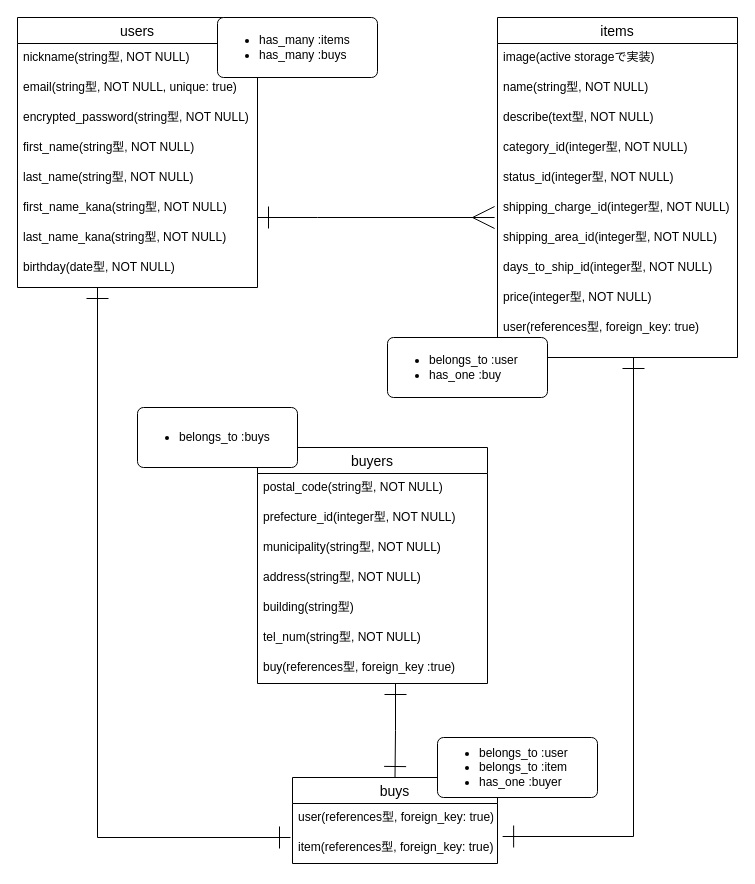
This is furima_er.dio from ironkazutoyo/furima-34405, a draw.io file, before an edit. Source tidied: cells renumbered, new cells numbered last; positions are measured from the earlier drawing's top-left corner, leaving out a move shared by most shapes. Both pictures are drawn from the tidied source at 100%, with x=0, y=0 at pixel (17, 17).
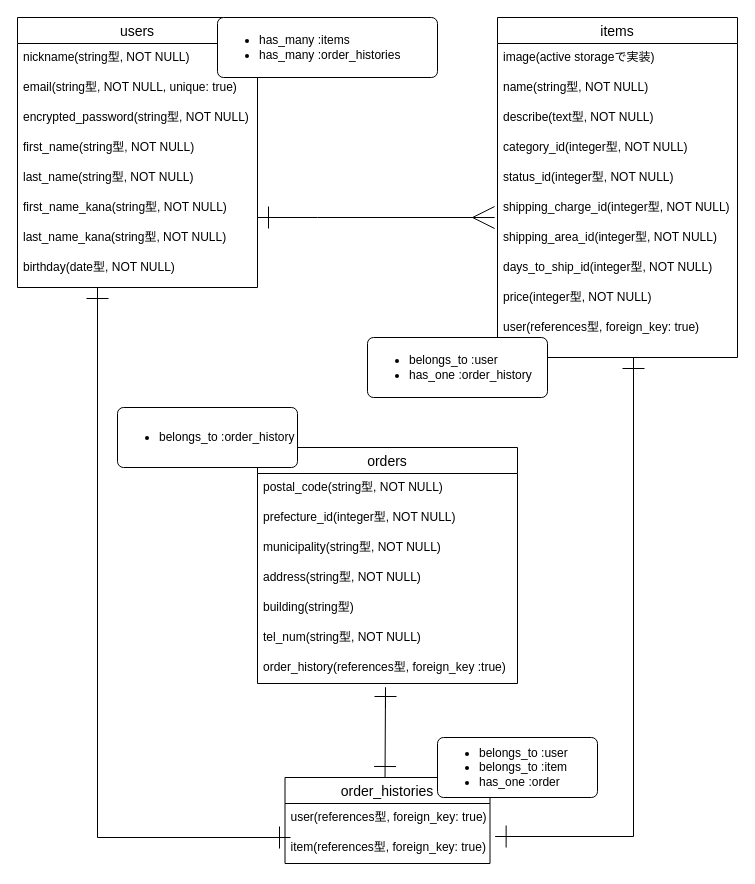
Above is the later version.

Commit message (it also covers changes not shown here):
テーブル名・カラム名をわかりやすい名前に変更

Change to the diagram source:
```diff
@@
-    <mxCell id="22" style="edgeStyle=orthogonalEdgeStyle;rounded=0;jettySize=auto;html=1;startArrow=ERone;startFill=0;startSize=20;endArrow=ERone;endFill=0;endSize=20;exitX=0.6;exitY=1;exitDx=0;exitDy=0;exitPerimeter=0;" parent="1" edge="1" source="30" target="37">
-      <mxGeometry relative="1" as="geometry" />
+    <mxCell id="22" style="edgeStyle=orthogonalEdgeStyle;rounded=0;jettySize=auto;html=1;startArrow=ERone;startFill=0;startSize=20;endArrow=ERone;endFill=0;endSize=20;entryX=0.488;entryY=0;entryDx=0;entryDy=0;entryPerimeter=0;" parent="1" edge="1" target="37">
+      <mxGeometry relative="1" as="geometry">
+        <mxPoint x="368" y="690" as="sourcePoint" />
+        <Array as="points">
+          <mxPoint x="368" y="670" />
+        </Array>
+      </mxGeometry>
     </mxCell>
-    <mxCell id="23" value="buyers" style="swimlane;fontStyle=0;horizontal=1;startSize=26;align=center;fontSize=14;" parent="1" vertex="1">
-      <mxGeometry x="240" y="430" width="230" height="236" as="geometry" />
+    <mxCell id="23" value="orders" style="swimlane;fontStyle=0;horizontal=1;startSize=26;align=center;fontSize=14;" parent="1" vertex="1">
+      <mxGeometry x="240" y="430" width="260" height="236" as="geometry" />
     </mxCell>
     <mxCell id="24" value="postal_code(string型, NOT NULL)" style="text;strokeColor=none;fillColor=none;spacingLeft=4;spacingRight=4;overflow=hidden;fontSize=12;" parent="23" vertex="1">
-      <mxGeometry y="26" width="230" height="30" as="geometry" />
+      <mxGeometry y="26" width="260" height="30" as="geometry" />
     </mxCell>
     <mxCell id="25" value="prefecture_id(integer型, NOT NULL)" style="text;strokeColor=none;fillColor=none;spacingLeft=4;spacingRight=4;overflow=hidden;fontSize=12;" parent="23" vertex="1">
-      <mxGeometry y="56" width="230" height="30" as="geometry" />
+      <mxGeometry y="56" width="260" height="30" as="geometry" />
     </mxCell>
     <mxCell id="26" value="municipality(string型, NOT NULL)" style="text;strokeColor=none;fillColor=none;spacingLeft=4;spacingRight=4;overflow=hidden;fontSize=12;" parent="23" vertex="1">
-      <mxGeometry y="86" width="230" height="30" as="geometry" />
+      <mxGeometry y="86" width="260" height="30" as="geometry" />
     </mxCell>
     <mxCell id="27" value="address(string型, NOT NULL)" style="text;strokeColor=none;fillColor=none;spacingLeft=4;spacingRight=4;overflow=hidden;fontSize=12;" parent="23" vertex="1">
-      <mxGeometry y="116" width="230" height="30" as="geometry" />
+      <mxGeometry y="116" width="260" height="30" as="geometry" />
     </mxCell>
     <mxCell id="28" value="building(string型)" style="text;strokeColor=none;fillColor=none;spacingLeft=4;spacingRight=4;overflow=hidden;fontSize=12;" parent="23" vertex="1">
-      <mxGeometry y="146" width="230" height="30" as="geometry" />
+      <mxGeometry y="146" width="260" height="30" as="geometry" />
     </mxCell>
     <mxCell id="29" value="tel_num(string型, NOT NULL)" style="text;strokeColor=none;fillColor=none;spacingLeft=4;spacingRight=4;overflow=hidden;fontSize=12;" parent="23" vertex="1">
-      <mxGeometry y="176" width="230" height="30" as="geometry" />
+      <mxGeometry y="176" width="260" height="30" as="geometry" />
     </mxCell>
-    <mxCell id="30" value="buy(references型, foreign_key :true)" style="text;strokeColor=none;fillColor=none;spacingLeft=4;spacingRight=4;overflow=hidden;points=[[0,0.5],[1,0.5]];portConstraint=eastwest;fontSize=12;" parent="23" vertex="1">
-      <mxGeometry y="206" width="230" height="30" as="geometry" />
+    <mxCell id="30" value="order_history(references型, foreign_key :true)" style="text;strokeColor=none;fillColor=none;spacingLeft=4;spacingRight=4;overflow=hidden;points=[[0,0.5],[1,0.5]];portConstraint=eastwest;fontSize=12;" parent="23" vertex="1">
+      <mxGeometry y="206" width="260" height="30" as="geometry" />
     </mxCell>
@@
-    <mxCell id="34" value="&lt;ul&gt;&lt;li&gt;has_many :items&lt;/li&gt;&lt;li&gt;has_many :buys&lt;/li&gt;&lt;/ul&gt;" style="rounded=1;arcSize=10;whiteSpace=wrap;html=1;align=left;" parent="1" vertex="1">
-      <mxGeometry x="200" width="160" height="60" as="geometry" />
+    <mxCell id="34" value="&lt;ul&gt;&lt;li&gt;has_many :items&lt;/li&gt;&lt;li&gt;has_many :order_histories&lt;/li&gt;&lt;/ul&gt;" style="rounded=1;arcSize=10;whiteSpace=wrap;html=1;align=left;" parent="1" vertex="1">
+      <mxGeometry x="200" width="220" height="60" as="geometry" />
     </mxCell>
-    <mxCell id="35" value="&lt;ul&gt;&lt;li&gt;belongs_to :user&lt;/li&gt;&lt;li&gt;has_one :buy&lt;/li&gt;&lt;/ul&gt;" style="rounded=1;arcSize=10;whiteSpace=wrap;html=1;align=left;" parent="1" vertex="1">
-      <mxGeometry x="370" y="320" width="160" height="60" as="geometry" />
+    <mxCell id="35" value="&lt;ul&gt;&lt;li&gt;belongs_to :user&lt;/li&gt;&lt;li&gt;has_one :order_history&lt;/li&gt;&lt;/ul&gt;" style="rounded=1;arcSize=10;whiteSpace=wrap;html=1;align=left;" parent="1" vertex="1">
+      <mxGeometry x="350" y="320" width="180" height="60" as="geometry" />
     </mxCell>
-    <mxCell id="36" value="&lt;ul&gt;&lt;li&gt;belongs_to :buys&lt;/li&gt;&lt;/ul&gt;" style="rounded=1;arcSize=10;whiteSpace=wrap;html=1;align=left;" parent="1" vertex="1">
-      <mxGeometry x="120" y="390" width="160" height="60" as="geometry" />
+    <mxCell id="36" value="&lt;ul&gt;&lt;li&gt;belongs_to :order_history&lt;/li&gt;&lt;/ul&gt;" style="rounded=1;arcSize=10;whiteSpace=wrap;html=1;align=left;" parent="1" vertex="1">
+      <mxGeometry x="100" y="390" width="180" height="60" as="geometry" />
     </mxCell>
-    <mxCell id="37" value="buys" style="swimlane;fontStyle=0;horizontal=1;startSize=26;align=center;fontSize=14;" parent="1" vertex="1">
-      <mxGeometry x="275" y="760" width="205" height="86" as="geometry" />
+    <mxCell id="37" value="order_histories" style="swimlane;fontStyle=0;horizontal=1;startSize=26;align=center;fontSize=14;" parent="1" vertex="1">
+      <mxGeometry x="267.5" y="760" width="205" height="86" as="geometry" />
     </mxCell>
@@
-    <mxCell id="40" value="&lt;ul&gt;&lt;li&gt;belongs_to :user&lt;/li&gt;&lt;li&gt;belongs_to :item&lt;/li&gt;&lt;li&gt;has_one :buyer&lt;/li&gt;&lt;/ul&gt;" style="rounded=1;arcSize=10;whiteSpace=wrap;html=1;align=left;" parent="1" vertex="1">
+    <mxCell id="40" value="&lt;ul&gt;&lt;li&gt;belongs_to :user&lt;/li&gt;&lt;li&gt;belongs_to :item&lt;/li&gt;&lt;li&gt;has_one :order&lt;/li&gt;&lt;/ul&gt;" style="rounded=1;arcSize=10;whiteSpace=wrap;html=1;align=left;" parent="1" vertex="1">
       <mxGeometry x="420" y="720" width="160" height="60" as="geometry" />
     </mxCell>
```
